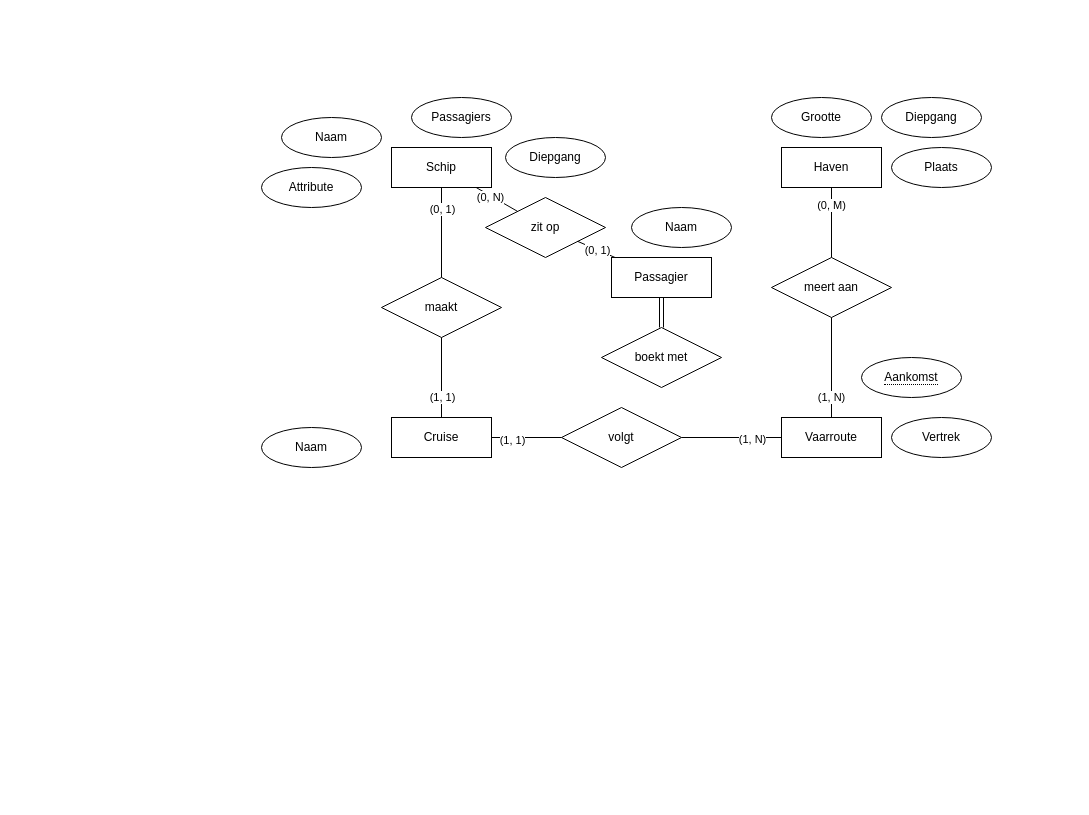
Before: conceptueel/conceptueel_datamodel_team_66.drawio in LarsDeGelasUCLL/DF_Groep_66, a draw.io diagram. Source tidied: cells renumbered, new cells numbered last; positions are measured from the earlier drawing's top-left corner, leaving out a move shared by most shapes. Both pictures are drawn from the tidied source at 100%, with x=0, y=0 at pixel (261, 97).
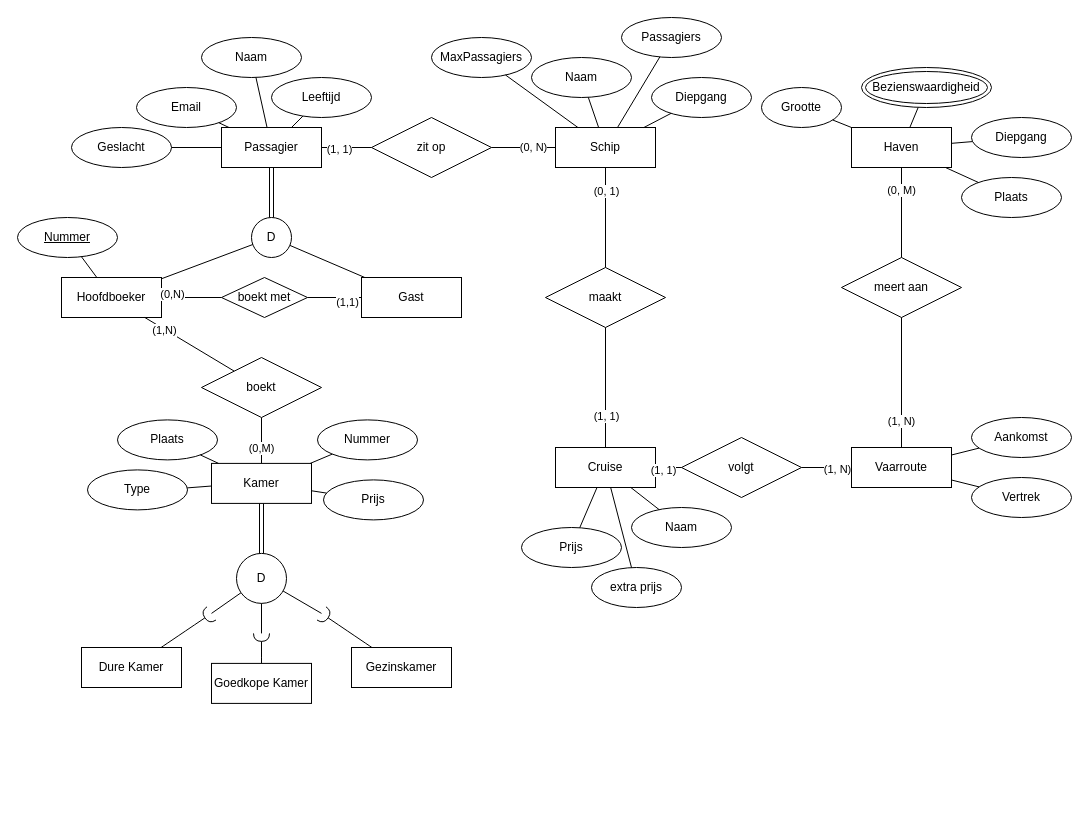
Above is the later version.

Commit message:
conceptueel datamodel

The edit, as a diff of the source:
```diff
@@
     <mxCell id="2" value="Schip" style="whiteSpace=wrap;html=1;align=center;" parent="1" vertex="1">
-      <mxGeometry x="130" y="50" width="100" height="40" as="geometry" />
+      <mxGeometry x="294" y="30" width="100" height="40" as="geometry" />
     </mxCell>
     <mxCell id="3" value="Naam" style="ellipse;whiteSpace=wrap;html=1;align=center;" parent="1" vertex="1">
-      <mxGeometry x="20" y="20" width="100" height="40" as="geometry" />
+      <mxGeometry x="270" y="-40" width="100" height="40" as="geometry" />
     </mxCell>
     <mxCell id="4" value="Passagiers" style="ellipse;whiteSpace=wrap;html=1;align=center;" parent="1" vertex="1">
-      <mxGeometry x="150" width="100" height="40" as="geometry" />
+      <mxGeometry x="360" y="-80" width="100" height="40" as="geometry" />
     </mxCell>
-    <mxCell id="5" value="Attribute" style="ellipse;whiteSpace=wrap;html=1;align=center;" parent="1" vertex="1">
-      <mxGeometry y="70" width="100" height="40" as="geometry" />
-    </mxCell>
     <mxCell id="6" value="Cruise" style="whiteSpace=wrap;html=1;align=center;" parent="1" vertex="1">
-      <mxGeometry x="130" y="320" width="100" height="40" as="geometry" />
+      <mxGeometry x="294" y="350" width="100" height="40" as="geometry" />
     </mxCell>
     <mxCell id="7" value="maakt" style="shape=rhombus;perimeter=rhombusPerimeter;whiteSpace=wrap;html=1;align=center;" parent="1" vertex="1">
-      <mxGeometry x="120" y="180" width="120" height="60" as="geometry" />
+      <mxGeometry x="284" y="170" width="120" height="60" as="geometry" />
     </mxCell>
@@
-    <mxCell id="12" value="&lt;span style=&quot;border-bottom: 1px dotted&quot;&gt;Aankomst&lt;/span&gt;" style="ellipse;whiteSpace=wrap;html=1;align=center;" parent="1" vertex="1">
-      <mxGeometry x="600" y="260" width="100" height="40" as="geometry" />
-    </mxCell>
     <mxCell id="13" value="Vertrek" style="ellipse;whiteSpace=wrap;html=1;align=center;" parent="1" vertex="1">
-      <mxGeometry x="630" y="320" width="100" height="40" as="geometry" />
+      <mxGeometry x="710" y="380" width="100" height="40" as="geometry" />
     </mxCell>
     <mxCell id="14" value="Naam" style="ellipse;whiteSpace=wrap;html=1;align=center;" parent="1" vertex="1">
-      <mxGeometry y="330" width="100" height="40" as="geometry" />
+      <mxGeometry x="370" y="410" width="100" height="40" as="geometry" />
     </mxCell>
     <mxCell id="15" value="Vaarroute" style="whiteSpace=wrap;html=1;align=center;" parent="1" vertex="1">
-      <mxGeometry x="520" y="320" width="100" height="40" as="geometry" />
+      <mxGeometry x="590" y="350" width="100" height="40" as="geometry" />
     </mxCell>
     <mxCell id="16" value="Grootte" style="ellipse;whiteSpace=wrap;html=1;align=center;" parent="1" vertex="1">
-      <mxGeometry x="510" width="100" height="40" as="geometry" />
+      <mxGeometry x="500" y="-10" width="80" height="40" as="geometry" />
     </mxCell>
     <mxCell id="17" value="volgt" style="shape=rhombus;perimeter=rhombusPerimeter;whiteSpace=wrap;html=1;align=center;" parent="1" vertex="1">
-      <mxGeometry x="300" y="310" width="120" height="60" as="geometry" />
+      <mxGeometry x="420" y="340" width="120" height="60" as="geometry" />
     </mxCell>
@@
     <mxCell id="22" value="Haven" style="whiteSpace=wrap;html=1;align=center;" parent="1" vertex="1">
-      <mxGeometry x="520" y="50" width="100" height="40" as="geometry" />
+      <mxGeometry x="590" y="30" width="100" height="40" as="geometry" />
     </mxCell>
     <mxCell id="23" value="Diepgang" style="ellipse;whiteSpace=wrap;html=1;align=center;" parent="1" vertex="1">
-      <mxGeometry x="244" y="40" width="100" height="40" as="geometry" />
+      <mxGeometry x="390" y="-20" width="100" height="40" as="geometry" />
     </mxCell>
     <mxCell id="24" value="Diepgang" style="ellipse;whiteSpace=wrap;html=1;align=center;" parent="1" vertex="1">
-      <mxGeometry x="620" width="100" height="40" as="geometry" />
+      <mxGeometry x="710" y="20" width="100" height="40" as="geometry" />
     </mxCell>
     <mxCell id="25" value="Plaats" style="ellipse;whiteSpace=wrap;html=1;align=center;" parent="1" vertex="1">
-      <mxGeometry x="630" y="50" width="100" height="40" as="geometry" />
+      <mxGeometry x="700" y="80" width="100" height="40" as="geometry" />
     </mxCell>
     <mxCell id="26" value="meert aan" style="shape=rhombus;perimeter=rhombusPerimeter;whiteSpace=wrap;html=1;align=center;" parent="1" vertex="1">
-      <mxGeometry x="510" y="160" width="120" height="60" as="geometry" />
+      <mxGeometry x="580" y="160" width="120" height="60" as="geometry" />
     </mxCell>
@@
     <mxCell id="31" value="Passagier" style="whiteSpace=wrap;html=1;align=center;" parent="1" vertex="1">
-      <mxGeometry x="350" y="160" width="100" height="40" as="geometry" />
+      <mxGeometry x="-40" y="30" width="100" height="40" as="geometry" />
     </mxCell>
     <mxCell id="32" value="zit op" style="shape=rhombus;perimeter=rhombusPerimeter;whiteSpace=wrap;html=1;align=center;" parent="1" vertex="1">
-      <mxGeometry x="224" y="100" width="120" height="60" as="geometry" />
+      <mxGeometry x="110" y="20" width="120" height="60" as="geometry" />
     </mxCell>
@@
-    <mxCell id="35" style="endArrow=none;html=1;rounded=0;" parent="1" edge="1" source="32" target="31">
-      <mxGeometry relative="1" as="geometry" />
-    </mxCell>
-    <mxCell id="36" value="(0, 1)" style="edgeLabel;html=1;align=center;verticalAlign=middle;" parent="35" vertex="1">
-      <mxGeometry x="0.05" y="1" relative="1" as="geometry">
-        <mxPoint y="1" as="offset" />
-      </mxGeometry>
-    </mxCell>
     <mxCell id="37" value="Naam" style="ellipse;whiteSpace=wrap;html=1;align=center;" parent="1" vertex="1">
-      <mxGeometry x="370" y="110" width="100" height="40" as="geometry" />
+      <mxGeometry x="-60" y="-60" width="100" height="40" as="geometry" />
     </mxCell>
     <mxCell id="38" value="boekt met" style="shape=rhombus;perimeter=rhombusPerimeter;whiteSpace=wrap;html=1;align=center;" parent="1" vertex="1">
-      <mxGeometry x="340" y="230" width="120" height="60" as="geometry" />
+      <mxGeometry x="-40" y="180" width="86" height="40" as="geometry" />
     </mxCell>
-    <mxCell id="39" style="shape=link;html=1;rounded=0;" parent="1" edge="1" source="38" target="31">
-      <mxGeometry relative="1" as="geometry" />
-    </mxCell>
-    <mxCell id="40" style="html=1;whiteSpace=wrap;align=right;verticalAlign=bottom;" parent="39" vertex="1">
-      <mxGeometry x="1" relative="1" as="geometry" />
-    </mxCell>
+    <mxCell id="41" value="extra prijs" style="ellipse;whiteSpace=wrap;html=1;" parent="1" vertex="1">
+      <mxGeometry x="330" y="470" width="90" height="40" as="geometry" />
+    </mxCell>
+    <mxCell id="42" style="ellipse;whiteSpace=wrap;html=1;align=center;fillColor=none;strokeColor=none;perimeter=centerPerimeter;" parent="1" vertex="1">
+      <mxGeometry x="274" y="150" width="10" height="10" as="geometry" />
+    </mxCell>
+    <mxCell id="43" value="Hoofdboeker" style="whiteSpace=wrap;html=1;align=center;" parent="1" vertex="1">
+      <mxGeometry x="-200" y="180" width="100" height="40" as="geometry" />
+    </mxCell>
+    <mxCell id="44" value="Gast" style="whiteSpace=wrap;html=1;align=center;" parent="1" vertex="1">
+      <mxGeometry x="100" y="180" width="100" height="40" as="geometry" />
+    </mxCell>
+    <mxCell id="45" value="D" style="ellipse;whiteSpace=wrap;html=1;" parent="1" vertex="1">
+      <mxGeometry x="-10" y="120" width="40" height="40" as="geometry" />
+    </mxCell>
+    <mxCell id="46" style="endArrow=none;html=1;rounded=0;" parent="1" edge="1" source="43" target="45">
+      <mxGeometry relative="1" as="geometry" />
+    </mxCell>
+    <mxCell id="47" style="endArrow=none;html=1;rounded=0;" parent="1" edge="1" source="44" target="45">
+      <mxGeometry relative="1" as="geometry" />
+    </mxCell>
+    <mxCell id="48" style="ellipse;whiteSpace=wrap;html=1;align=center;fillColor=none;strokeColor=none;perimeter=centerPerimeter;" parent="1" vertex="1">
+      <mxGeometry x="290" y="210" width="10" height="10" as="geometry" />
+    </mxCell>
+    <mxCell id="49" style="ellipse;whiteSpace=wrap;html=1;align=center;fillColor=none;strokeColor=none;perimeter=centerPerimeter;" parent="1" vertex="1">
+      <mxGeometry x="290" y="210" width="10" height="10" as="geometry" />
+    </mxCell>
+    <mxCell id="50" style="endArrow=none;html=1;rounded=0;" parent="1" edge="1" source="38" target="43">
+      <mxGeometry relative="1" as="geometry" />
+    </mxCell>
+    <mxCell id="51" value="(0,N)" style="edgeLabel;html=1;align=center;verticalAlign=middle;" parent="50" vertex="1">
+      <mxGeometry x="0.36" y="-2" relative="1" as="geometry">
+        <mxPoint x="-9" y="-2" as="offset" />
+      </mxGeometry>
+    </mxCell>
+    <mxCell id="52" style="endArrow=none;html=1;rounded=0;" parent="1" edge="1" source="44" target="38">
+      <mxGeometry relative="1" as="geometry" />
+    </mxCell>
+    <mxCell id="53" value="(1,1)" style="edgeLabel;html=1;align=center;verticalAlign=middle;" parent="52" vertex="1">
+      <mxGeometry x="-0.45" y="2" relative="1" as="geometry">
+        <mxPoint y="2" as="offset" />
+      </mxGeometry>
+    </mxCell>
+    <mxCell id="35" style="endArrow=none;html=1;rounded=0;" parent="1" edge="1" source="32" target="31">
+      <mxGeometry relative="1" as="geometry" />
+    </mxCell>
+    <mxCell id="54" value="(1, 1)" style="edgeLabel;html=1;align=center;verticalAlign=middle;" parent="35" vertex="1">
+      <mxGeometry x="0.3" y="1" relative="1" as="geometry" />
+    </mxCell>
+    <mxCell id="55" value="Bezienswaardigheid" style="ellipse;shape=doubleEllipse;whiteSpace=wrap;html=1;" parent="1" vertex="1">
+      <mxGeometry x="600" y="-30" width="130" height="40" as="geometry" />
+    </mxCell>
+    <mxCell id="56" value="D" style="ellipse;whiteSpace=wrap;html=1;" parent="1" vertex="1">
+      <mxGeometry x="-25" y="455.9" width="50" height="50" as="geometry" />
+    </mxCell>
+    <mxCell id="57" style="endArrow=none;html=1;rounded=0;" parent="1" edge="1" target="56">
+      <mxGeometry relative="1" as="geometry">
+        <mxPoint y="535.9" as="sourcePoint" />
+      </mxGeometry>
+    </mxCell>
+    <mxCell id="58" style="endArrow=none;html=1;rounded=0;" parent="1" edge="1" target="56">
+      <mxGeometry relative="1" as="geometry">
+        <mxPoint x="-50" y="515.9" as="sourcePoint" />
+      </mxGeometry>
+    </mxCell>
+    <mxCell id="59" style="rounded=0;jettySize=auto;html=1;endArrow=halfCircle;endFill=0;endSize=6;strokeWidth=1;sketch=0;fontSize=12;curved=1;" parent="1" edge="1" source="87">
+      <mxGeometry relative="1" as="geometry">
+        <mxPoint x="60" y="515.9" as="targetPoint" />
+      </mxGeometry>
+    </mxCell>
+    <mxCell id="60" style="ellipse;whiteSpace=wrap;html=1;align=center;fillColor=none;strokeColor=none;perimeter=centerPerimeter;" parent="1" vertex="1">
+      <mxGeometry x="120" y="630" width="10" height="10" as="geometry" />
+    </mxCell>
+    <mxCell id="61" style="rounded=0;jettySize=auto;html=1;endArrow=halfCircle;endFill=0;endSize=6;strokeWidth=1;sketch=0;fontSize=12;curved=1;" parent="1" edge="1" source="88">
+      <mxGeometry relative="1" as="geometry">
+        <mxPoint y="535.9" as="targetPoint" />
+      </mxGeometry>
+    </mxCell>
+    <mxCell id="62" style="ellipse;whiteSpace=wrap;html=1;align=center;fillColor=none;strokeColor=none;perimeter=centerPerimeter;" parent="1" vertex="1">
+      <mxGeometry x="120" y="630" width="10" height="10" as="geometry" />
+    </mxCell>
+    <mxCell id="63" style="rounded=0;jettySize=auto;html=1;endArrow=halfCircle;endFill=0;endSize=6;strokeWidth=1;sketch=0;fontSize=12;curved=1;" parent="1" edge="1" source="89">
+      <mxGeometry relative="1" as="geometry">
+        <mxPoint x="-50" y="515.9" as="targetPoint" />
+      </mxGeometry>
+    </mxCell>
+    <mxCell id="64" style="ellipse;whiteSpace=wrap;html=1;align=center;fillColor=none;strokeColor=none;perimeter=centerPerimeter;" parent="1" vertex="1">
+      <mxGeometry x="330" y="690" width="10" height="10" as="geometry" />
+    </mxCell>
+    <mxCell id="65" style="endArrow=none;html=1;rounded=0;" parent="1" edge="1" source="86" target="85">
+      <mxGeometry relative="1" as="geometry" />
+    </mxCell>
+    <mxCell id="66" value="(0,M)" style="edgeLabel;html=1;align=center;verticalAlign=middle;" parent="65" vertex="1">
+      <mxGeometry x="-0.34" y="1" relative="1" as="geometry" />
+    </mxCell>
+    <mxCell id="67" style="endArrow=none;html=1;rounded=0;" parent="1" edge="1" source="85" target="43">
+      <mxGeometry relative="1" as="geometry" />
+    </mxCell>
+    <mxCell id="68" value="(1,N)" style="edgeLabel;html=1;align=center;verticalAlign=middle;" parent="67" vertex="1">
+      <mxGeometry x="0.56" y="1" relative="1" as="geometry" />
+    </mxCell>
+    <mxCell id="69" style="shape=link;html=1;rounded=0;" parent="1" edge="1" source="86" target="56">
+      <mxGeometry relative="1" as="geometry" />
+    </mxCell>
+    <mxCell id="70" style="html=1;whiteSpace=wrap;align=right;verticalAlign=bottom;" parent="69" vertex="1">
+      <mxGeometry x="1" relative="1" as="geometry" />
+    </mxCell>
+    <mxCell id="71" style="endArrow=none;html=1;rounded=0;" parent="1" edge="1" source="14" target="6">
+      <mxGeometry relative="1" as="geometry" />
+    </mxCell>
+    <mxCell id="72" style="endArrow=none;html=1;rounded=0;" parent="1" edge="1" source="101" target="6">
+      <mxGeometry relative="1" as="geometry" />
+    </mxCell>
+    <mxCell id="73" style="endArrow=none;html=1;rounded=0;" parent="1" edge="1" source="41" target="6">
+      <mxGeometry relative="1" as="geometry" />
+    </mxCell>
+    <mxCell id="74" style="endArrow=none;html=1;rounded=0;" parent="1" edge="1" source="15" target="12">
+      <mxGeometry relative="1" as="geometry" />
+    </mxCell>
+    <mxCell id="75" style="endArrow=none;html=1;rounded=0;" parent="1" edge="1" source="15" target="13">
+      <mxGeometry relative="1" as="geometry" />
+    </mxCell>
+    <mxCell id="76" style="endArrow=none;html=1;rounded=0;" parent="1" edge="1" source="31" target="37">
+      <mxGeometry relative="1" as="geometry" />
+    </mxCell>
+    <mxCell id="77" style="endArrow=none;html=1;rounded=0;" parent="1" edge="1" source="2" target="3">
+      <mxGeometry relative="1" as="geometry" />
+    </mxCell>
+    <mxCell id="78" style="endArrow=none;html=1;rounded=0;" parent="1" edge="1" source="2" target="23">
+      <mxGeometry relative="1" as="geometry" />
+    </mxCell>
+    <mxCell id="79" style="endArrow=none;html=1;rounded=0;" parent="1" edge="1" source="2" target="4">
+      <mxGeometry relative="1" as="geometry" />
+    </mxCell>
+    <mxCell id="80" style="endArrow=none;html=1;rounded=0;" parent="1" edge="1" source="22" target="25">
+      <mxGeometry relative="1" as="geometry" />
+    </mxCell>
+    <mxCell id="81" style="endArrow=none;html=1;rounded=0;" parent="1" edge="1" source="22" target="24">
+      <mxGeometry relative="1" as="geometry" />
+    </mxCell>
+    <mxCell id="82" style="endArrow=none;html=1;rounded=0;" parent="1" edge="1" source="22" target="55">
+      <mxGeometry relative="1" as="geometry" />
+    </mxCell>
+    <mxCell id="83" style="endArrow=none;html=1;rounded=0;" parent="1" edge="1" source="22" target="16">
+      <mxGeometry relative="1" as="geometry" />
+    </mxCell>
+    <mxCell id="84" style="shape=link;html=1;rounded=0;" parent="1" edge="1" source="31" target="45">
+      <mxGeometry relative="1" as="geometry" />
+    </mxCell>
+    <mxCell id="85" value="boekt" style="shape=rhombus;perimeter=rhombusPerimeter;whiteSpace=wrap;html=1;align=center;" parent="1" vertex="1">
+      <mxGeometry x="-60" y="260" width="120" height="60" as="geometry" />
+    </mxCell>
+    <mxCell id="86" value="Kamer" style="whiteSpace=wrap;html=1;align=center;" parent="1" vertex="1">
+      <mxGeometry x="-50" y="365.9" width="100" height="40" as="geometry" />
+    </mxCell>
+    <mxCell id="87" value="Gezinskamer" style="whiteSpace=wrap;html=1;align=center;" parent="1" vertex="1">
+      <mxGeometry x="90" y="550" width="100" height="40" as="geometry" />
+    </mxCell>
+    <mxCell id="88" value="Goedkope Kamer" style="whiteSpace=wrap;html=1;align=center;" parent="1" vertex="1">
+      <mxGeometry x="-50" y="565.9" width="100" height="40" as="geometry" />
+    </mxCell>
+    <mxCell id="89" value="Dure Kamer" style="whiteSpace=wrap;html=1;align=center;" parent="1" vertex="1">
+      <mxGeometry x="-180" y="550" width="100" height="40" as="geometry" />
+    </mxCell>
+    <mxCell id="90" style="endArrow=none;html=1;rounded=0;" parent="1" edge="1" source="56">
+      <mxGeometry relative="1" as="geometry">
+        <mxPoint x="60" y="515.9" as="targetPoint" />
+      </mxGeometry>
+    </mxCell>
+    <mxCell id="91" value="Type" style="ellipse;whiteSpace=wrap;html=1;align=center;" parent="1" vertex="1">
+      <mxGeometry x="-174" y="372.4" width="100" height="40" as="geometry" />
+    </mxCell>
+    <mxCell id="92" value="Plaats" style="ellipse;whiteSpace=wrap;html=1;align=center;" parent="1" vertex="1">
+      <mxGeometry x="-144" y="322.4" width="100" height="40" as="geometry" />
+    </mxCell>
+    <mxCell id="93" value="Nummer" style="ellipse;whiteSpace=wrap;html=1;align=center;" parent="1" vertex="1">
+      <mxGeometry x="56" y="322.4" width="100" height="40" as="geometry" />
+    </mxCell>
+    <mxCell id="94" value="Prijs" style="ellipse;whiteSpace=wrap;html=1;align=center;" parent="1" vertex="1">
+      <mxGeometry x="62" y="382.4" width="100" height="40" as="geometry" />
+    </mxCell>
+    <mxCell id="95" style="endArrow=none;html=1;rounded=0;" parent="1" edge="1" source="86" target="92">
+      <mxGeometry relative="1" as="geometry" />
+    </mxCell>
+    <mxCell id="96" style="endArrow=none;html=1;rounded=0;" parent="1" edge="1" source="91" target="86">
+      <mxGeometry relative="1" as="geometry" />
+    </mxCell>
+    <mxCell id="97" style="endArrow=none;html=1;rounded=0;" parent="1" edge="1" source="94" target="86">
+      <mxGeometry relative="1" as="geometry" />
+    </mxCell>
+    <mxCell id="98" style="endArrow=none;html=1;rounded=0;" parent="1" edge="1" source="93" target="86">
+      <mxGeometry relative="1" as="geometry" />
+    </mxCell>
+    <mxCell id="99" value="MaxPassagiers" style="ellipse;whiteSpace=wrap;html=1;align=center;" parent="1" vertex="1">
+      <mxGeometry x="170" y="-60" width="100" height="40" as="geometry" />
+    </mxCell>
+    <mxCell id="12" value="Aankomst" style="ellipse;whiteSpace=wrap;html=1;align=center;" parent="1" vertex="1">
+      <mxGeometry x="710" y="320" width="100" height="40" as="geometry" />
+    </mxCell>
+    <mxCell id="100" style="endArrow=none;html=1;rounded=0;" parent="1" edge="1" source="99" target="2">
+      <mxGeometry relative="1" as="geometry" />
+    </mxCell>
+    <mxCell id="101" value="Prijs" style="ellipse;whiteSpace=wrap;html=1;align=center;" parent="1" vertex="1">
+      <mxGeometry x="260" y="430" width="100" height="40" as="geometry" />
+    </mxCell>
+    <mxCell id="102" value="Leeftijd" style="ellipse;whiteSpace=wrap;html=1;align=center;" parent="1" vertex="1">
+      <mxGeometry x="10" y="-20" width="100" height="40" as="geometry" />
+    </mxCell>
+    <mxCell id="103" value="Email" style="ellipse;whiteSpace=wrap;html=1;align=center;" parent="1" vertex="1">
+      <mxGeometry x="-125" y="-10" width="100" height="40" as="geometry" />
+    </mxCell>
+    <mxCell id="104" value="Geslacht" style="ellipse;whiteSpace=wrap;html=1;align=center;" parent="1" vertex="1">
+      <mxGeometry x="-190" y="30" width="100" height="40" as="geometry" />
+    </mxCell>
+    <mxCell id="105" value="Nummer" style="ellipse;whiteSpace=wrap;html=1;align=center;fontStyle=4;" parent="1" vertex="1">
+      <mxGeometry x="-244" y="120" width="100" height="40" as="geometry" />
+    </mxCell>
+    <mxCell id="106" style="endArrow=none;html=1;rounded=0;" parent="1" edge="1" source="105" target="43">
+      <mxGeometry relative="1" as="geometry" />
+    </mxCell>
+    <mxCell id="107" style="endArrow=none;html=1;rounded=0;" parent="1" edge="1" source="31" target="104">
+      <mxGeometry relative="1" as="geometry" />
+    </mxCell>
+    <mxCell id="108" style="endArrow=none;html=1;rounded=0;" parent="1" edge="1" source="31" target="103">
+      <mxGeometry relative="1" as="geometry" />
+    </mxCell>
+    <mxCell id="109" style="endArrow=none;html=1;rounded=0;" parent="1" edge="1" source="31" target="102">
+      <mxGeometry relative="1" as="geometry" />
+    </mxCell>
```
